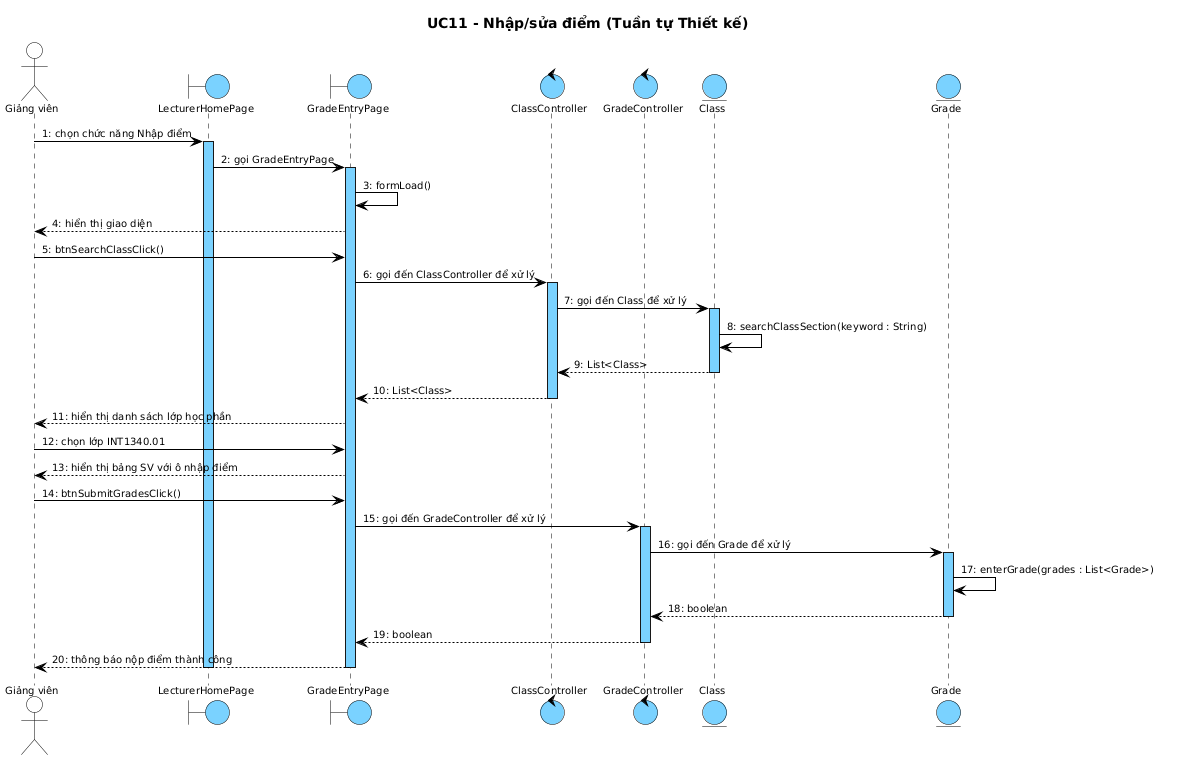
Above: report/diagrams/seq_design_uc11.png in thanhtrnnn/universe (PlantUML), before the change.
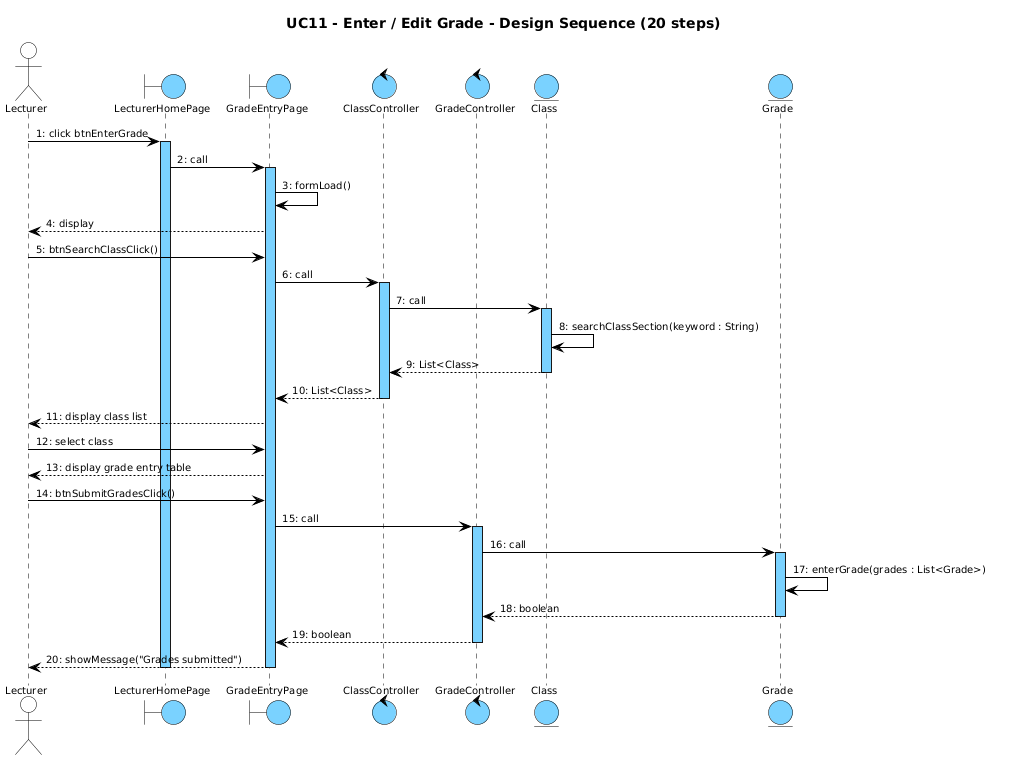
Later version of the same file.

Diff of the diagram source:
```diff
@@ -10,17 +10,45 @@
   FontName "Arial"
   FontSize 10
   FontColor #000000
-  boundary { BackgroundColor #7AD2FF; LineColor #000000 }
-  control { BackgroundColor #7AD2FF; LineColor #000000 }
-  entity { BackgroundColor #7AD2FF; LineColor #000000 }
-  actor { BackgroundColor transparent; LineColor #000000 }
-  lifeline { LineColor #000000; LineStyle 5-5 }
-  arrow { LineColor #000000; LineThickness 1; FontSize 10 }
+
+  participant {
+    BackgroundColor #7AD2FF
+    LineColor #000000
+    LineThickness 1
+  }
+
+  actor {
+    BackgroundColor transparent
+    LineColor #000000
+  }
+  boundary {
+    BackgroundColor #7AD2FF
+    LineColor #000000
+  }
+  control {
+    BackgroundColor #7AD2FF
+    LineColor #000000
+  }
+  entity {
+    BackgroundColor #7AD2FF
+    LineColor #000000
+  }
+
+  lifeline {
+    LineColor #000000
+    LineStyle 5-5
+  }
+
+  arrow {
+    LineColor #000000
+    LineThickness 1
+    FontSize 10
+  }
 }
 </style>
-title UC11 - Nhập/sửa điểm (Tuần tự Thiết kế)
+title UC11 - Enter / Edit Grade - Design Sequence (20 steps)
 
-actor "Giảng viên" as GV
+actor "Lecturer" as Actor
 boundary LecturerHomePage
 boundary GradeEntryPage
 control ClassController
@@ -28,36 +56,36 @@
 entity Class
 entity Grade
 
-GV -> LecturerHomePage : 1: chọn chức năng Nhập điểm
+Actor -> LecturerHomePage : 1: click btnEnterGrade
 activate LecturerHomePage
-LecturerHomePage -> GradeEntryPage : 2: gọi GradeEntryPage
+LecturerHomePage -> GradeEntryPage : 2: call
 activate GradeEntryPage
 GradeEntryPage -> GradeEntryPage : 3: formLoad()
-GradeEntryPage --> GV : 4: hiển thị giao diện
-GV -> GradeEntryPage : 5: btnSearchClassClick()
-GradeEntryPage -> ClassController : 6: gọi đến ClassController để xử lý
+GradeEntryPage --> Actor : 4: display
+Actor -> GradeEntryPage : 5: btnSearchClassClick()
+GradeEntryPage -> ClassController : 6: call
 activate ClassController
-ClassController -> Class : 7: gọi đến Class để xử lý
+ClassController -> Class : 7: call
 activate Class
 Class -> Class : 8: searchClassSection(keyword : String)
 Class --> ClassController : 9: List<Class>
 deactivate Class
 ClassController --> GradeEntryPage : 10: List<Class>
 deactivate ClassController
-GradeEntryPage --> GV : 11: hiển thị danh sách lớp học phần
-GV -> GradeEntryPage : 12: chọn lớp INT1340.01
-GradeEntryPage --> GV : 13: hiển thị bảng SV với ô nhập điểm
-GV -> GradeEntryPage : 14: btnSubmitGradesClick()
-GradeEntryPage -> GradeController : 15: gọi đến GradeController để xử lý
+GradeEntryPage --> Actor : 11: display class list
+Actor -> GradeEntryPage : 12: select class
+GradeEntryPage --> Actor : 13: display grade entry table
+Actor -> GradeEntryPage : 14: btnSubmitGradesClick()
+GradeEntryPage -> GradeController : 15: call
 activate GradeController
-GradeController -> Grade : 16: gọi đến Grade để xử lý
+GradeController -> Grade : 16: call
 activate Grade
 Grade -> Grade : 17: enterGrade(grades : List<Grade>)
 Grade --> GradeController : 18: boolean
 deactivate Grade
 GradeController --> GradeEntryPage : 19: boolean
 deactivate GradeController
-GradeEntryPage --> GV : 20: thông báo nộp điểm thành công
+GradeEntryPage --> Actor : 20: showMessage("Grades submitted")
 deactivate GradeEntryPage
 deactivate LecturerHomePage
 @enduml
```
